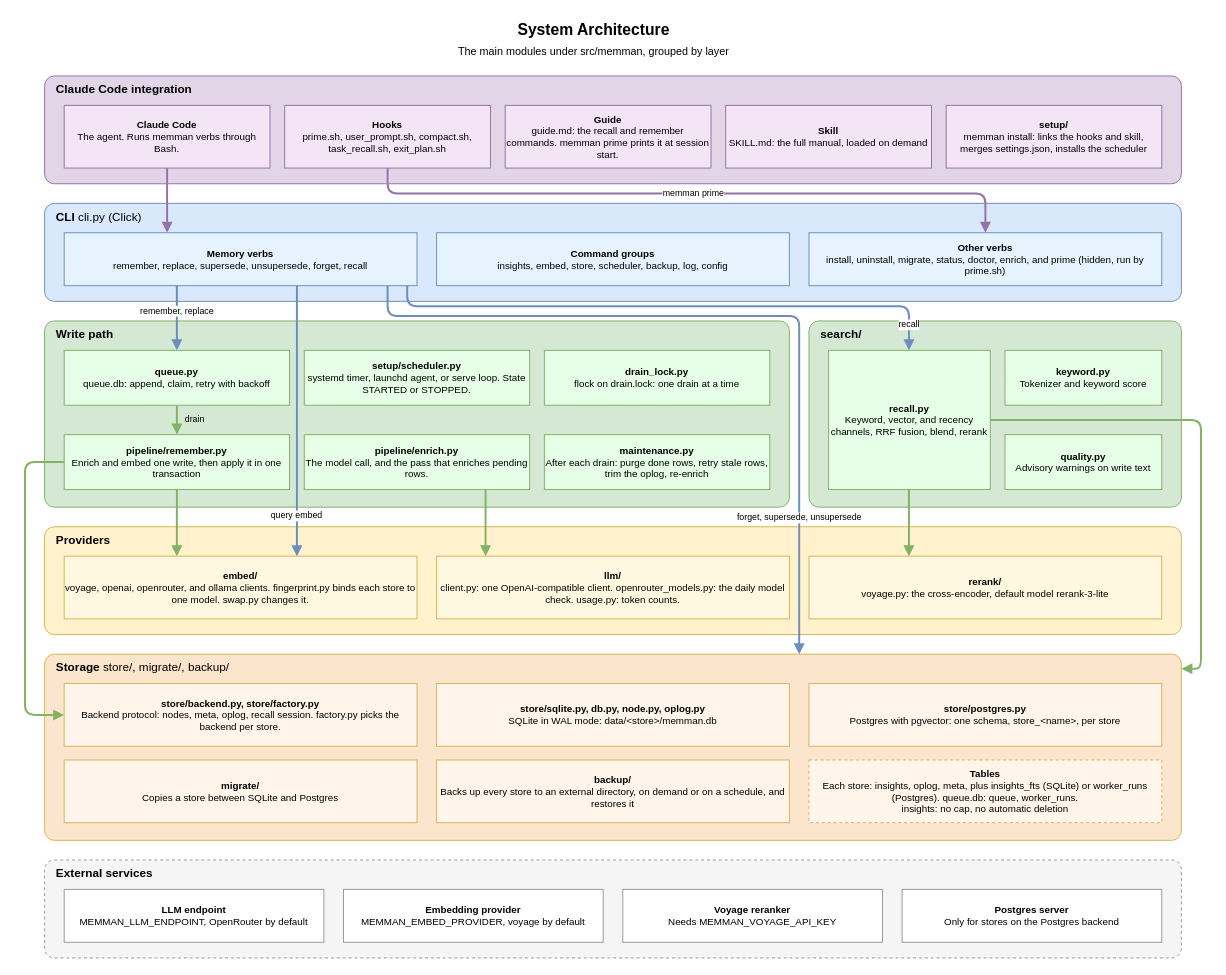
Earlier version of the draw.io diagram docs/diagrams/02-system-architecture.drawio (bissli/memman). Source tidied: cells renumbered, new cells numbered last; positions are measured from the earlier drawing's top-left corner, leaving out a move shared by most shapes. Both pictures are drawn from the tidied source at 98%, with x=0, y=0 at pixel (24, 17).
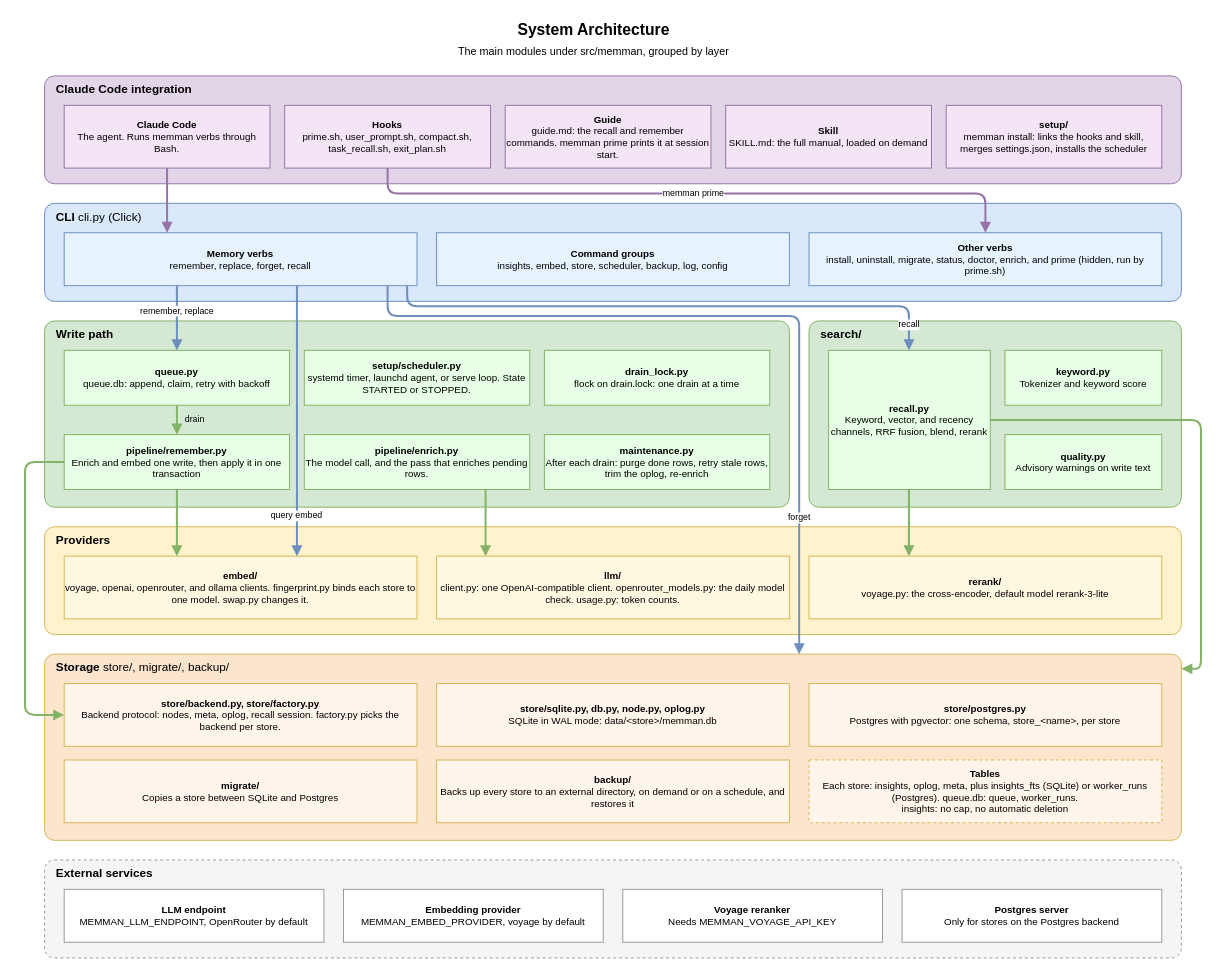
The same page after the edit.

The change refers to these unchanged cells:
```xml
<mxCell id="28" value="&lt;b&gt;Storage&lt;/b&gt;  store/, migrate/, backup/" style="rounded=1;absoluteArcSize=1;arcSize=20;whiteSpace=wrap;html=1;fillColor=#fce5cd;strokeColor=#d6b656;verticalAlign=top;fontSize=12;align=left;spacingLeft=10;" parent="1" vertex="1">
  <mxGeometry x="20" y="650" width="1160" height="190" as="geometry" />
</mxCell>
```

Change to the diagram source:
```diff
@@
-    <mxCell id="10" value="&lt;b&gt;Memory verbs&lt;/b&gt;&lt;br&gt;remember, replace, supersede, unsupersede, forget, recall" style="rounded=0;whiteSpace=wrap;html=1;fillColor=#E6F3FF;strokeColor=#6c8ebf;fontSize=10;" parent="1" vertex="1">
+    <mxCell id="10" value="&lt;b&gt;Memory verbs&lt;/b&gt;&lt;br&gt;remember, replace, forget, recall" style="rounded=0;whiteSpace=wrap;html=1;fillColor=#E6F3FF;strokeColor=#6c8ebf;fontSize=10;" parent="1" vertex="1">
       <mxGeometry x="40" y="220" width="360" height="54" as="geometry" />
     </mxCell>
@@
-    <mxCell id="49" value="forget, supersede, unsupersede" style="edgeStyle=orthogonalEdgeStyle;rounded=1;html=1;strokeWidth=2;fontSize=9;labelBackgroundColor=#ffffff;endArrow=block;endFill=1;strokeColor=#6c8ebf;exitX=0.9167;exitY=1;exitDx=0;exitDy=0;entryX=0.6638;entryY=0;entryDx=0;entryDy=0;" parent="1" edge="1" source="10" target="28">
+    <mxCell id="49" value="forget" style="edgeStyle=orthogonalEdgeStyle;rounded=1;html=1;strokeWidth=2;fontSize=9;labelBackgroundColor=#ffffff;endArrow=block;endFill=1;strokeColor=#6c8ebf;exitX=0.9167;exitY=1;exitDx=0;exitDy=0;entryX=0.6638;entryY=0;entryDx=0;entryDy=0;" parent="1" edge="1" source="10" target="28">
       <mxGeometry x="0.65" relative="1" as="geometry">
         <Array as="points">
           <mxPoint x="370" y="305" />
           <mxPoint x="790" y="305" />
         </Array>
       </mxGeometry>
     </mxCell>
```
